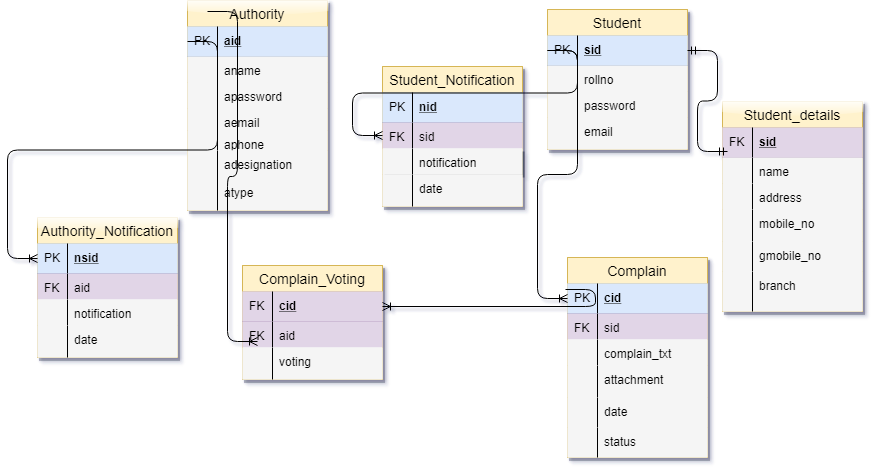
This is Untitled Diagram.png from Supratim8419/Project, a draw.io export, as it was before one commit. Source tidied: cells renumbered, new cells last; positions are measured from the earlier drawing's top-left corner, leaving out a move shared by most shapes.
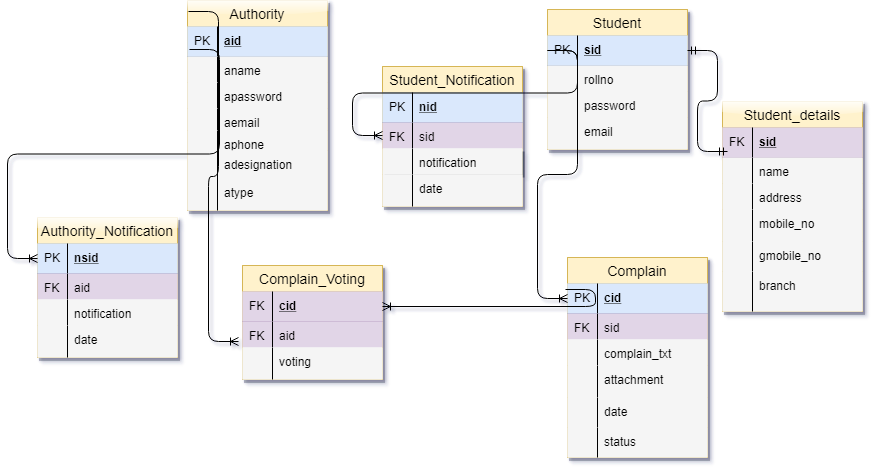
The same diagram one commit later.

Change to the diagram source:
```diff
@@ -221,7 +221,7 @@
     <mxCell id="74" style="shape=partialRectangle;top=0;left=0;bottom=0;fillColor=none;align=left;verticalAlign=top;spacingLeft=4;spacingRight=4;overflow=hidden;fontSize=12;" parent="73" vertex="1">
       <mxGeometry width="30" height="30" as="geometry" />
     </mxCell>
-    <mxCell id="75" style="edgeStyle=entityRelationEdgeStyle;fontSize=12;html=1;endArrow=ERoneToMany;entryX=0;entryY=0.5;exitX=0;exitY=0.5;" parent="1" edge="1" source="3" target="47">
+    <mxCell id="75" style="edgeStyle=entityRelationEdgeStyle;fontSize=12;html=1;endArrow=ERoneToMany;entryX=0;entryY=0.5;exitX=0.014;exitY=0.767;exitPerimeter=0;" parent="1" edge="1" source="3" target="47">
       <mxGeometry relative="1" as="geometry" />
     </mxCell>
     <mxCell id="76" style="edgeStyle=entityRelationEdgeStyle;fontSize=12;html=1;endArrow=ERmandOne;startArrow=ERmandOne;exitX=1;exitY=0.5;" parent="1" edge="1" source="16">
@@ -240,8 +240,8 @@
     </mxCell>
     <mxCell id="80" style="edgeStyle=entityRelationEdgeStyle;fontSize=12;html=1;endArrow=ERoneToMany;" parent="1" edge="1">
       <mxGeometry relative="1" as="geometry">
-        <mxPoint x="170" y="11" as="sourcePoint" />
-        <mxPoint x="220" y="341" as="targetPoint" />
+        <mxPoint x="151" y="11" as="sourcePoint" />
+        <mxPoint x="201" y="341" as="targetPoint" />
       </mxGeometry>
     </mxCell>
   </root>
```
